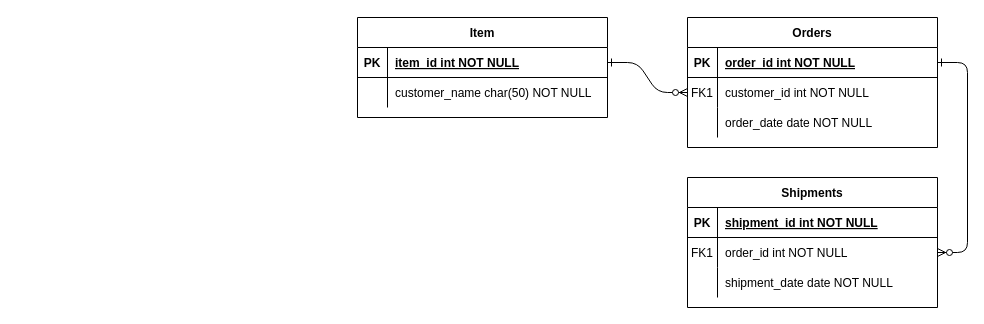
BillyLuisNeedham/quicklist keeps this draw.io diagram as quick-list-database-schema.drawio. Above is the earlier version. Source tidied: cells renumbered, new cells numbered last; positions are measured from the earlier drawing's top-left corner, leaving out a move shared by most shapes. Both pictures are drawn from the tidied source at 100%, with x=0, y=0 at pixel (357, 17).
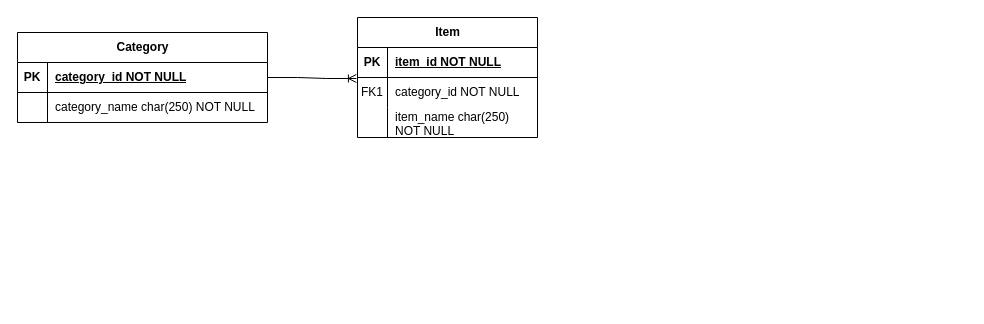
The same page after the edit.

Diff of the diagram source:
```diff
@@
-    <mxCell id="2" style="edgeStyle=entityRelationEdgeStyle;endArrow=ERzeroToMany;startArrow=ERone;endFill=1;startFill=0;" parent="1" edge="1" source="25" target="8">
-      <mxGeometry relative="1" as="geometry" />
-    </mxCell>
-    <mxCell id="3" style="edgeStyle=entityRelationEdgeStyle;endArrow=ERzeroToMany;startArrow=ERone;endFill=1;startFill=0;" parent="1" edge="1" source="5" target="18">
-      <mxGeometry relative="1" as="geometry" />
-    </mxCell>
-    <mxCell id="4" value="Orders" style="shape=table;startSize=30;childLayout=tableLayout;rowLines=0;fontStyle=1;align=center;" parent="1" vertex="1">
-      <mxGeometry x="330" width="250" height="130" as="geometry" />
-    </mxCell>
-    <mxCell id="5" style="shape=partialRectangle;fillColor=none;points=[[0,0.5],[1,0.5]];portConstraint=eastwest;top=0;left=0;right=0;bottom=1;" parent="4" vertex="1">
-      <mxGeometry y="30" width="250" height="30" as="geometry" />
-    </mxCell>
-    <mxCell id="6" value="PK" style="shape=partialRectangle;overflow=hidden;fillColor=none;top=0;left=0;bottom=0;right=0;fontStyle=1;" parent="5" vertex="1">
-      <mxGeometry width="30" height="30" as="geometry" />
-    </mxCell>
-    <mxCell id="7" value="order_id int NOT NULL " style="shape=partialRectangle;overflow=hidden;fillColor=none;top=0;left=0;bottom=0;right=0;align=left;spacingLeft=6;fontStyle=5;" parent="5" vertex="1">
-      <mxGeometry x="30" width="220" height="30" as="geometry" />
-    </mxCell>
-    <mxCell id="8" style="shape=partialRectangle;fillColor=none;points=[[0,0.5],[1,0.5]];portConstraint=eastwest;top=0;left=0;right=0;bottom=0;" parent="4" vertex="1">
-      <mxGeometry y="60" width="250" height="30" as="geometry" />
-    </mxCell>
-    <mxCell id="9" value="FK1" style="shape=partialRectangle;overflow=hidden;fillColor=none;top=0;left=0;bottom=0;right=0;" parent="8" vertex="1">
-      <mxGeometry width="30" height="30" as="geometry" />
-    </mxCell>
-    <mxCell id="10" value="customer_id int NOT NULL" style="shape=partialRectangle;overflow=hidden;fillColor=none;top=0;left=0;bottom=0;right=0;align=left;spacingLeft=6;" parent="8" vertex="1">
-      <mxGeometry x="30" width="220" height="30" as="geometry" />
-    </mxCell>
-    <mxCell id="11" style="shape=partialRectangle;fillColor=none;top=0;left=0;right=0;bottom=0;" parent="4" vertex="1">
-      <mxGeometry y="90" width="250" height="30" as="geometry" />
-    </mxCell>
-    <mxCell id="12" style="shape=partialRectangle;overflow=hidden;fillColor=none;top=0;left=0;bottom=0;right=0;" parent="11" vertex="1">
-      <mxGeometry width="30" height="30" as="geometry" />
-    </mxCell>
-    <mxCell id="13" value="order_date date NOT NULL" style="shape=partialRectangle;overflow=hidden;fillColor=none;top=0;left=0;bottom=0;right=0;align=left;spacingLeft=6;" parent="11" vertex="1">
-      <mxGeometry x="30" width="220" height="30" as="geometry" />
-    </mxCell>
-    <mxCell id="14" value="Shipments" style="shape=table;startSize=30;childLayout=tableLayout;rowLines=0;fontStyle=1;align=center;" parent="1" vertex="1">
-      <mxGeometry x="330" y="160" width="250" height="130" as="geometry" />
-    </mxCell>
-    <mxCell id="15" style="shape=partialRectangle;fillColor=none;top=0;left=0;right=0;bottom=1;" parent="14" vertex="1">
-      <mxGeometry y="30" width="250" height="30" as="geometry" />
-    </mxCell>
-    <mxCell id="16" value="PK" style="shape=partialRectangle;overflow=hidden;fillColor=none;top=0;left=0;bottom=0;right=0;fontStyle=1;" parent="15" vertex="1">
-      <mxGeometry width="30" height="30" as="geometry" />
-    </mxCell>
-    <mxCell id="17" value="shipment_id int NOT NULL " style="shape=partialRectangle;overflow=hidden;fillColor=none;top=0;left=0;bottom=0;right=0;align=left;spacingLeft=6;fontStyle=5;" parent="15" vertex="1">
-      <mxGeometry x="30" width="220" height="30" as="geometry" />
-    </mxCell>
-    <mxCell id="18" style="shape=partialRectangle;fillColor=none;points=[[0,0.5],[1,0.5]];portConstraint=eastwest;top=0;left=0;right=0;bottom=0;" parent="14" vertex="1">
-      <mxGeometry y="60" width="250" height="30" as="geometry" />
-    </mxCell>
-    <mxCell id="19" value="FK1" style="shape=partialRectangle;overflow=hidden;fillColor=none;top=0;left=0;bottom=0;right=0;" parent="18" vertex="1">
-      <mxGeometry width="30" height="30" as="geometry" />
-    </mxCell>
-    <mxCell id="20" value="order_id int NOT NULL" style="shape=partialRectangle;overflow=hidden;fillColor=none;top=0;left=0;bottom=0;right=0;align=left;spacingLeft=6;" parent="18" vertex="1">
-      <mxGeometry x="30" width="220" height="30" as="geometry" />
-    </mxCell>
-    <mxCell id="21" style="shape=partialRectangle;fillColor=none;top=0;left=0;right=0;bottom=0;" parent="14" vertex="1">
-      <mxGeometry y="90" width="250" height="30" as="geometry" />
-    </mxCell>
-    <mxCell id="22" style="shape=partialRectangle;overflow=hidden;fillColor=none;top=0;left=0;bottom=0;right=0;" parent="21" vertex="1">
-      <mxGeometry width="30" height="30" as="geometry" />
-    </mxCell>
-    <mxCell id="23" value="shipment_date date NOT NULL" style="shape=partialRectangle;overflow=hidden;fillColor=none;top=0;left=0;bottom=0;right=0;align=left;spacingLeft=6;" parent="21" vertex="1">
-      <mxGeometry x="30" width="220" height="30" as="geometry" />
-    </mxCell>
+    <mxCell id="31" value="Category" style="shape=table;startSize=30;childLayout=tableLayout;rowLines=0;fontStyle=1;align=center;html=1;" parent="1" vertex="1">
+      <mxGeometry x="-340" y="15" width="250" height="90" as="geometry" />
+    </mxCell>
+    <mxCell id="32" style="shape=tableRow;horizontal=0;startSize=0;swimlaneHead=0;swimlaneBody=0;fillColor=none;top=0;left=0;right=0;bottom=1;" parent="31" vertex="1">
+      <mxGeometry y="30" width="250" height="30" as="geometry" />
+    </mxCell>
+    <mxCell id="33" value="PK" style="shape=partialRectangle;fillColor=none;top=0;left=0;bottom=0;right=0;fontStyle=1;overflow=hidden;whiteSpace=wrap;html=1;" parent="32" vertex="1">
+      <mxGeometry width="30" height="30" as="geometry" />
+    </mxCell>
+    <mxCell id="34" value="category_id NOT NULL" style="shape=partialRectangle;fillColor=none;top=0;left=0;bottom=0;right=0;align=left;spacingLeft=6;fontStyle=5;overflow=hidden;whiteSpace=wrap;html=1;" parent="32" vertex="1">
+      <mxGeometry x="30" width="220" height="30" as="geometry" />
+    </mxCell>
+    <mxCell id="35" style="shape=tableRow;horizontal=0;startSize=0;swimlaneHead=0;swimlaneBody=0;fillColor=none;top=0;left=0;right=0;bottom=0;" parent="31" vertex="1">
+      <mxGeometry y="60" width="250" height="30" as="geometry" />
+    </mxCell>
+    <mxCell id="36" style="shape=partialRectangle;fillColor=none;top=0;left=0;bottom=0;right=0;overflow=hidden;whiteSpace=wrap;html=1;" parent="35" vertex="1">
+      <mxGeometry width="30" height="30" as="geometry" />
+    </mxCell>
+    <mxCell id="37" value="category_name char(250) NOT NULL" style="shape=partialRectangle;fillColor=none;top=0;left=0;bottom=0;right=0;align=left;spacingLeft=6;overflow=hidden;whiteSpace=wrap;html=1;" parent="35" vertex="1">
+      <mxGeometry x="30" width="220" height="30" as="geometry" />
+    </mxCell>
+    <mxCell id="38" style="edgeStyle=entityRelationEdgeStyle;fontSize=12;html=1;endArrow=ERoneToMany;rounded=0;entryX=-0.006;entryY=0.033;entryDx=0;entryDy=0;entryPerimeter=0;" parent="1" edge="1" target="42">
+      <mxGeometry relative="1" as="geometry">
+        <mxPoint x="-90" y="60" as="sourcePoint" />
+      </mxGeometry>
+    </mxCell>
-    <mxCell id="24" value="Item" style="shape=table;startSize=30;childLayout=tableLayout;rowLines=0;fontStyle=1;align=center;" parent="1" vertex="1">
-      <mxGeometry width="250" height="100" as="geometry" />
+    <mxCell id="24" value="Item" style="shape=table;startSize=30;childLayout=tableLayout;rowLines=0;fontStyle=1;align=center;html=1;" parent="1" vertex="1">
+      <mxGeometry width="180" height="120" as="geometry" />
     </mxCell>
-    <mxCell id="25" style="shape=partialRectangle;fillColor=none;points=[[0,0.5],[1,0.5]];portConstraint=eastwest;top=0;left=0;right=0;bottom=1;" parent="24" vertex="1">
-      <mxGeometry y="30" width="250" height="30" as="geometry" />
-    </mxCell>
-    <mxCell id="26" value="PK" style="shape=partialRectangle;overflow=hidden;fillColor=none;top=0;left=0;bottom=0;right=0;fontStyle=1;" parent="25" vertex="1">
-      <mxGeometry width="30" height="30" as="geometry" />
-    </mxCell>
-    <mxCell id="27" value="item_id int NOT NULL " style="shape=partialRectangle;overflow=hidden;fillColor=none;top=0;left=0;bottom=0;right=0;align=left;spacingLeft=6;fontStyle=5;" parent="25" vertex="1">
-      <mxGeometry x="30" width="220" height="30" as="geometry" />
-    </mxCell>
-    <mxCell id="28" style="shape=partialRectangle;fillColor=none;top=0;left=0;right=0;bottom=0;" parent="24" vertex="1">
-      <mxGeometry y="60" width="250" height="30" as="geometry" />
-    </mxCell>
-    <mxCell id="29" style="shape=partialRectangle;overflow=hidden;fillColor=none;top=0;left=0;bottom=0;right=0;" parent="28" vertex="1">
-      <mxGeometry width="30" height="30" as="geometry" />
-    </mxCell>
-    <mxCell id="30" value="customer_name char(50) NOT NULL" style="shape=partialRectangle;overflow=hidden;fillColor=none;top=0;left=0;bottom=0;right=0;align=left;spacingLeft=6;" parent="28" vertex="1">
-      <mxGeometry x="30" width="220" height="30" as="geometry" />
-    </mxCell>
+    <mxCell id="39" style="shape=tableRow;horizontal=0;startSize=0;swimlaneHead=0;swimlaneBody=0;fillColor=none;top=0;left=0;right=0;bottom=1;" parent="24" vertex="1">
+      <mxGeometry y="30" width="180" height="30" as="geometry" />
+    </mxCell>
+    <mxCell id="40" value="PK" style="shape=partialRectangle;fillColor=none;top=0;left=0;bottom=0;right=0;fontStyle=1;overflow=hidden;whiteSpace=wrap;html=1;" parent="39" vertex="1">
+      <mxGeometry width="30" height="30" as="geometry" />
+    </mxCell>
+    <mxCell id="41" value="item_id NOT NULL" style="shape=partialRectangle;fillColor=none;top=0;left=0;bottom=0;right=0;align=left;spacingLeft=6;fontStyle=5;overflow=hidden;whiteSpace=wrap;html=1;" parent="39" vertex="1">
+      <mxGeometry x="30" width="150" height="30" as="geometry" />
+    </mxCell>
+    <mxCell id="42" style="shape=tableRow;horizontal=0;startSize=0;swimlaneHead=0;swimlaneBody=0;fillColor=none;points=[[0,0.5],[1,0.5]];portConstraint=eastwest;top=0;left=0;right=0;bottom=0;" parent="24" vertex="1">
+      <mxGeometry y="60" width="180" height="30" as="geometry" />
+    </mxCell>
+    <mxCell id="43" value="FK1" style="shape=partialRectangle;fillColor=none;top=0;left=0;bottom=0;right=0;overflow=hidden;whiteSpace=wrap;html=1;" parent="42" vertex="1">
+      <mxGeometry width="30" height="30" as="geometry" />
+    </mxCell>
+    <mxCell id="44" value="category_id NOT NULL" style="shape=partialRectangle;fillColor=none;top=0;left=0;bottom=0;right=0;align=left;spacingLeft=6;overflow=hidden;whiteSpace=wrap;html=1;" parent="42" vertex="1">
+      <mxGeometry x="30" width="150" height="30" as="geometry" />
+    </mxCell>
+    <mxCell id="45" style="shape=tableRow;horizontal=0;startSize=0;swimlaneHead=0;swimlaneBody=0;fillColor=none;top=0;left=0;right=0;bottom=0;" parent="24" vertex="1">
+      <mxGeometry y="90" width="180" height="30" as="geometry" />
+    </mxCell>
+    <mxCell id="46" style="shape=partialRectangle;fillColor=none;top=0;left=0;bottom=0;right=0;overflow=hidden;whiteSpace=wrap;html=1;" parent="45" vertex="1">
+      <mxGeometry width="30" height="30" as="geometry" />
+    </mxCell>
+    <mxCell id="47" value="item_name char(250) NOT NULL" style="shape=partialRectangle;fillColor=none;top=0;left=0;bottom=0;right=0;align=left;spacingLeft=6;overflow=hidden;whiteSpace=wrap;html=1;" parent="45" vertex="1">
+      <mxGeometry x="30" width="150" height="30" as="geometry" />
+    </mxCell>
```
